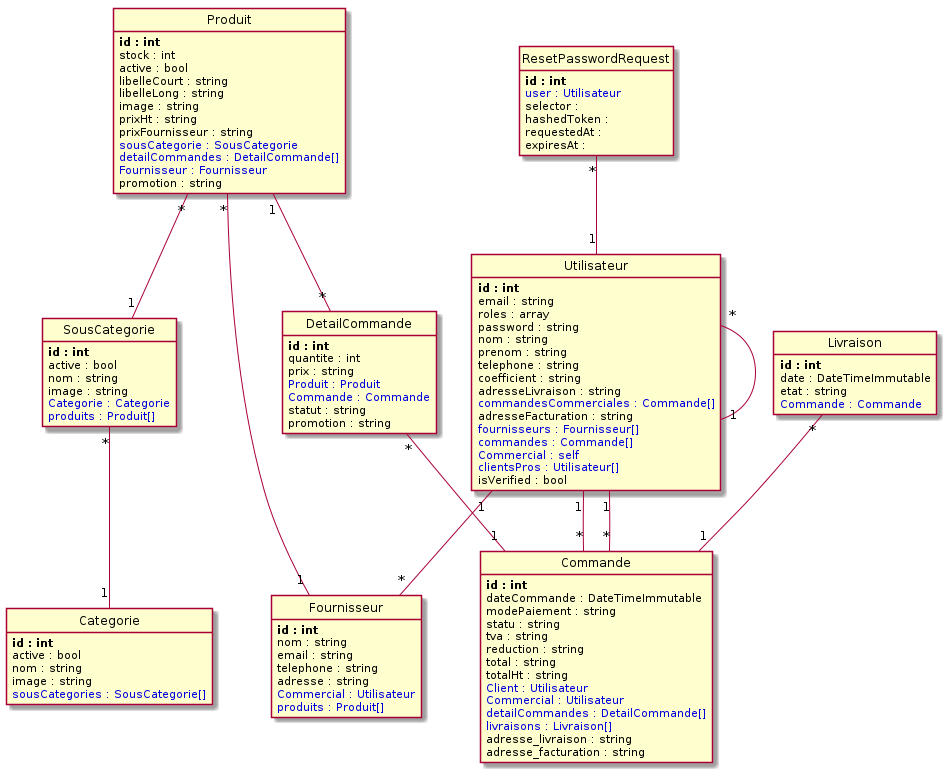
This is Symfony/puml/index.png from MickaelMd/CDA-Green-Village, a PlantUML export, as it was before one commit. Its diagram source:
```plantuml
@startuml
class Produit {
	**id : int**
	stock : int
	active : bool
	libelleCourt : string
	libelleLong : string
	image : string
	prixHt : string
	prixFournisseur : string
	<color:#0000dd>sousCategorie : SousCategorie</color>
	<color:#0000dd>detailCommandes : DetailCommande[]</color>
	<color:#0000dd>Fournisseur : Fournisseur</color>
	promotion : string
}

class DetailCommande {
	**id : int**
	quantite : int
	prix : string
	<color:#0000dd>Produit : Produit</color>
	<color:#0000dd>Commande : Commande</color>
	statut : string
	promotion : string
}

class SousCategorie {
	**id : int**
	active : bool
	nom : string
	image : string
	<color:#0000dd>Categorie : Categorie</color>
	<color:#0000dd>produits : Produit[]</color>
}

class Utilisateur {
	**id : int**
	email : string
	roles : array
	password : string
	nom : string
	prenom : string
	telephone : string
	coefficient : string
	adresseLivraison : string
	<color:#0000dd>commandesCommerciales : Commande[]</color>
	adresseFacturation : string
	<color:#0000dd>fournisseurs : Fournisseur[]</color>
	<color:#0000dd>commandes : Commande[]</color>
	<color:#0000dd>Commercial : self</color>
	<color:#0000dd>clientsPros : Utilisateur[]</color>
	isVerified : bool
}

class ResetPasswordRequest {
	**id : int**
	<color:#0000dd>user : Utilisateur</color>
	selector :
	hashedToken :
	requestedAt :
	expiresAt :
}

class Livraison {
	**id : int**
	date : DateTimeImmutable
	etat : string
	<color:#0000dd>Commande : Commande</color>
}

class Categorie {
	**id : int**
	active : bool
	nom : string
	image : string
	<color:#0000dd>sousCategories : SousCategorie[]</color>
}

class Fournisseur {
	**id : int**
	nom : string
	email : string
	telephone : string
	adresse : string
	<color:#0000dd>Commercial : Utilisateur</color>
	<color:#0000dd>produits : Produit[]</color>
}

class Commande {
	**id : int**
	dateCommande : DateTimeImmutable
	modePaiement : string
	statu : string
	tva : string
	reduction : string
	total : string
	totalHt : string
	<color:#0000dd>Client : Utilisateur</color>
	<color:#0000dd>Commercial : Utilisateur</color>
	<color:#0000dd>detailCommandes : DetailCommande[]</color>
	<color:#0000dd>livraisons : Livraison[]</color>
	adresse_livraison : string
	adresse_facturation : string
}

Produit "*"--"1" SousCategorie
Produit "1"--"*" DetailCommande
Produit "*"--"1" Fournisseur
DetailCommande "*"--"1" Commande
SousCategorie "*"--"1" Categorie
Utilisateur "1"--"*" Commande
Utilisateur "1"--"*" Fournisseur
Utilisateur "1"--"*" Commande
Utilisateur "*"--"1" Utilisateur
ResetPasswordRequest "*"--"1" Utilisateur
Livraison "*"--"1" Commande


hide methods

hide circle

@enduml
```
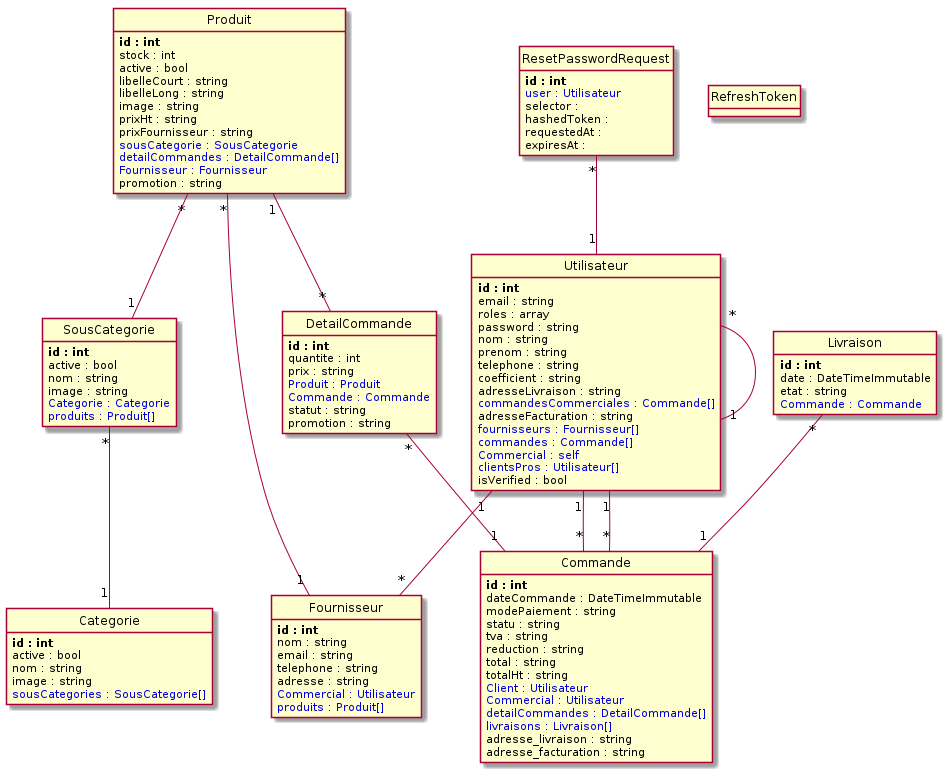
After the change.

What changed in the source:
```diff
@@ -61,6 +61,9 @@
 	expiresAt :
 }
 
+class RefreshToken {
+}
+
 class Livraison {
 	**id : int**
 	date : DateTimeImmutable
```
